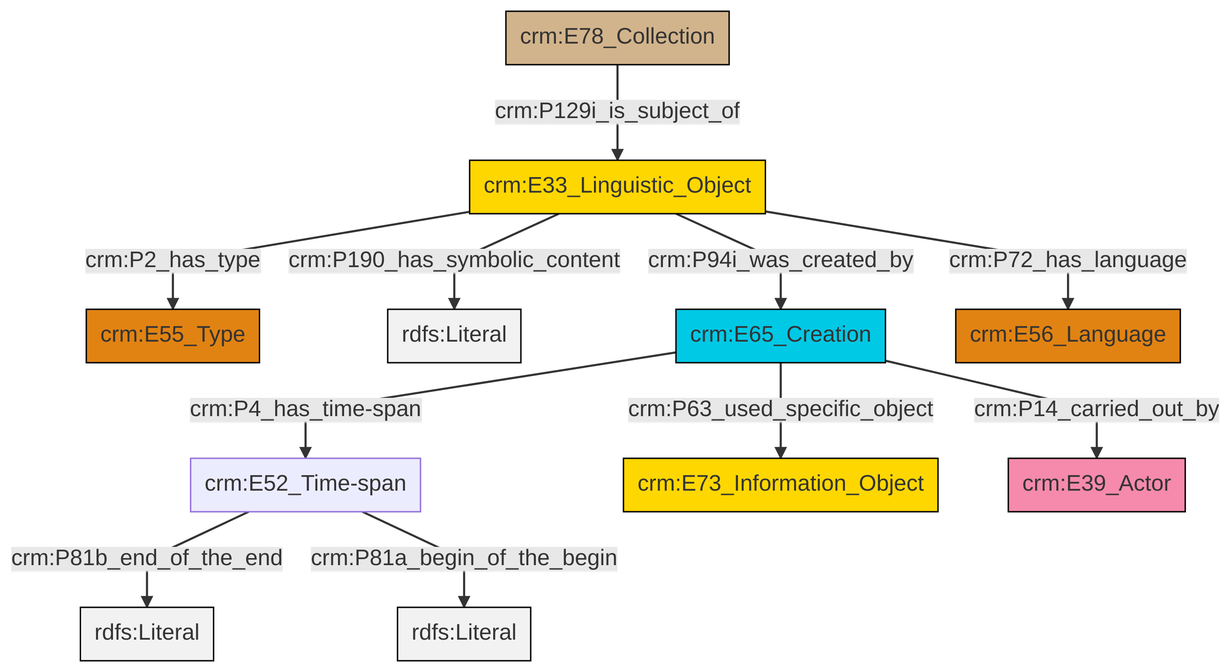
Earlier version of the Mermaid export et/archivalCSV/ttl/mmd/png/archival_desc.png (swiss-art-research-net/docs.swissartresearch). Its source is kept beside it as et/archivalCSV/ttl/mmd/archival_desc.ttl.mmd. The source it was exported from:
```mermaid
graph TD
classDef Literal fill:#f2f2f2,stroke:#000000;
classDef CRM_Entity fill:#FFFFFF,stroke:#000000;
classDef Temporal_Entity fill:#00C9E6, stroke:#000000;
classDef Type fill:#E18312, stroke:#000000;
classDef Time-Span fill:#2C9C91, stroke:#000000;
classDef Appellation fill:#FFEB7F, stroke:#000000;
classDef Place fill:#008836, stroke:#000000;
classDef Persistent_Item fill:#B266B2, stroke:#000000;
classDef Conceptual_Object fill:#FFD700, stroke:#000000;
classDef Physical_Thing fill:#D2B48C, stroke:#000000;
classDef Actor fill:#f58aad, stroke:#000000;
classDef PC_Classes fill:#4ce600, stroke:#000000;
classDef Multi fill:#cccccc,stroke:#000000;

0["crm:E52_Time-span"]:::Default -->|crm:P81b_end_of_the_end| 1[rdfs:Literal]:::Literal
0["crm:E52_Time-span"]:::Default -->|crm:P81a_begin_of_the_begin| 4[rdfs:Literal]:::Literal
7["crm:E33_Linguistic_Object"]:::Conceptual_Object -->|crm:P2_has_type| 8["crm:E55_Type"]:::Type
7["crm:E33_Linguistic_Object"]:::Conceptual_Object -->|crm:P190_has_symbolic_content| 9[rdfs:Literal]:::Literal
12["crm:E78_Collection"]:::Physical_Thing -->|crm:P129i_is_subject_of| 7["crm:E33_Linguistic_Object"]:::Conceptual_Object
10["crm:E65_Creation"]:::Temporal_Entity -->|crm:P4_has_time-span| 0["crm:E52_Time-span"]:::Default
7["crm:E33_Linguistic_Object"]:::Conceptual_Object -->|crm:P94i_was_created_by| 10["crm:E65_Creation"]:::Temporal_Entity
10["crm:E65_Creation"]:::Temporal_Entity -->|crm:P63_used_specific_object| 2["crm:E73_Information_Object"]:::Conceptual_Object
10["crm:E65_Creation"]:::Temporal_Entity -->|crm:P14_carried_out_by| 5["crm:E39_Actor"]:::Actor
7["crm:E33_Linguistic_Object"]:::Conceptual_Object -->|crm:P72_has_language| 14["crm:E56_Language"]:::Type
```
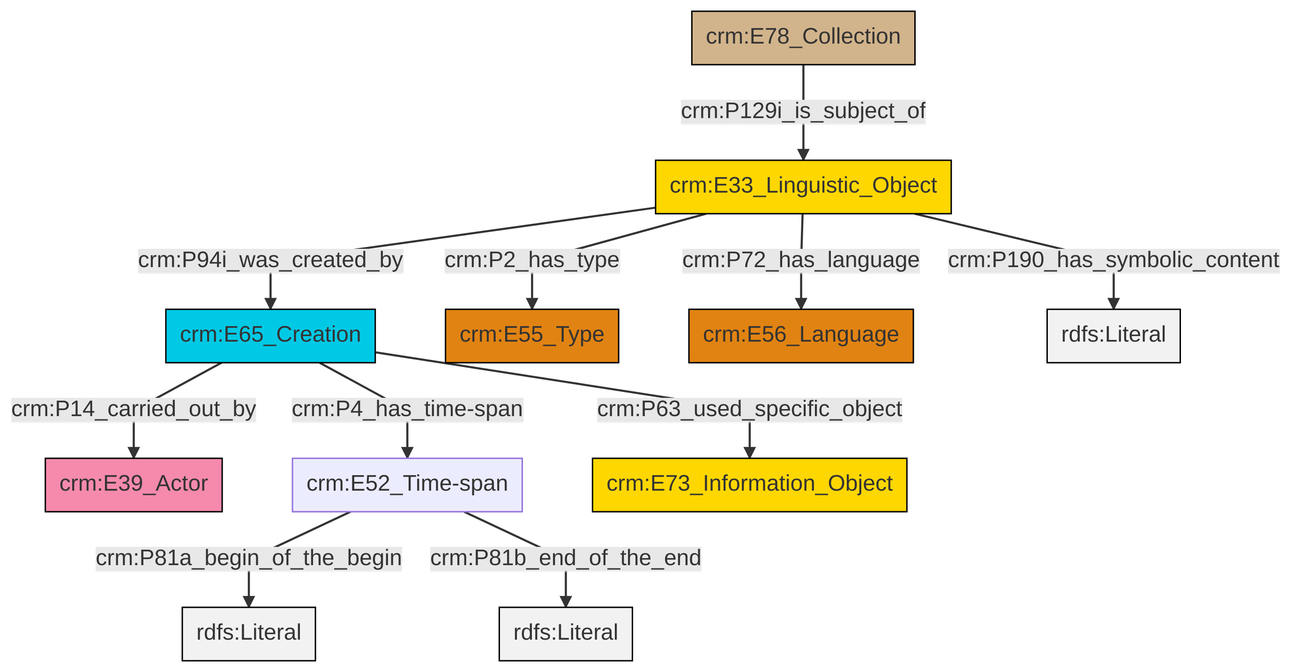
After the change.

Change to the diagram source:
```diff
@@ -13,13 +13,13 @@
 classDef PC_Classes fill:#4ce600, stroke:#000000;
 classDef Multi fill:#cccccc,stroke:#000000;
 
-0["crm:E52_Time-span"]:::Default -->|crm:P81b_end_of_the_end| 1[rdfs:Literal]:::Literal
-0["crm:E52_Time-span"]:::Default -->|crm:P81a_begin_of_the_begin| 4[rdfs:Literal]:::Literal
-7["crm:E33_Linguistic_Object"]:::Conceptual_Object -->|crm:P2_has_type| 8["crm:E55_Type"]:::Type
-7["crm:E33_Linguistic_Object"]:::Conceptual_Object -->|crm:P190_has_symbolic_content| 9[rdfs:Literal]:::Literal
-12["crm:E78_Collection"]:::Physical_Thing -->|crm:P129i_is_subject_of| 7["crm:E33_Linguistic_Object"]:::Conceptual_Object
-10["crm:E65_Creation"]:::Temporal_Entity -->|crm:P4_has_time-span| 0["crm:E52_Time-span"]:::Default
-7["crm:E33_Linguistic_Object"]:::Conceptual_Object -->|crm:P94i_was_created_by| 10["crm:E65_Creation"]:::Temporal_Entity
-10["crm:E65_Creation"]:::Temporal_Entity -->|crm:P63_used_specific_object| 2["crm:E73_Information_Object"]:::Conceptual_Object
-10["crm:E65_Creation"]:::Temporal_Entity -->|crm:P14_carried_out_by| 5["crm:E39_Actor"]:::Actor
-7["crm:E33_Linguistic_Object"]:::Conceptual_Object -->|crm:P72_has_language| 14["crm:E56_Language"]:::Type
+0["crm:E65_Creation"]:::Temporal_Entity -->|crm:P14_carried_out_by| 1["crm:E39_Actor"]:::Actor
+2["crm:E33_Linguistic_Object"]:::Conceptual_Object -->|crm:P2_has_type| 3["crm:E55_Type"]:::Type
+0["crm:E65_Creation"]:::Temporal_Entity -->|crm:P4_has_time-span| 4["crm:E52_Time-span"]:::Default
+4["crm:E52_Time-span"]:::Default -->|crm:P81a_begin_of_the_begin| 7[rdfs:Literal]:::Literal
+2["crm:E33_Linguistic_Object"]:::Conceptual_Object -->|crm:P72_has_language| 8["crm:E56_Language"]:::Type
+2["crm:E33_Linguistic_Object"]:::Conceptual_Object -->|crm:P94i_was_created_by| 0["crm:E65_Creation"]:::Temporal_Entity
+0["crm:E65_Creation"]:::Temporal_Entity -->|crm:P63_used_specific_object| 15["crm:E73_Information_Object"]:::Conceptual_Object
+4["crm:E52_Time-span"]:::Default -->|crm:P81b_end_of_the_end| 16[rdfs:Literal]:::Literal
+2["crm:E33_Linguistic_Object"]:::Conceptual_Object -->|crm:P190_has_symbolic_content| 17[rdfs:Literal]:::Literal
+10["crm:E78_Collection"]:::Physical_Thing -->|crm:P129i_is_subject_of| 2["crm:E33_Linguistic_Object"]:::Conceptual_Object
```
